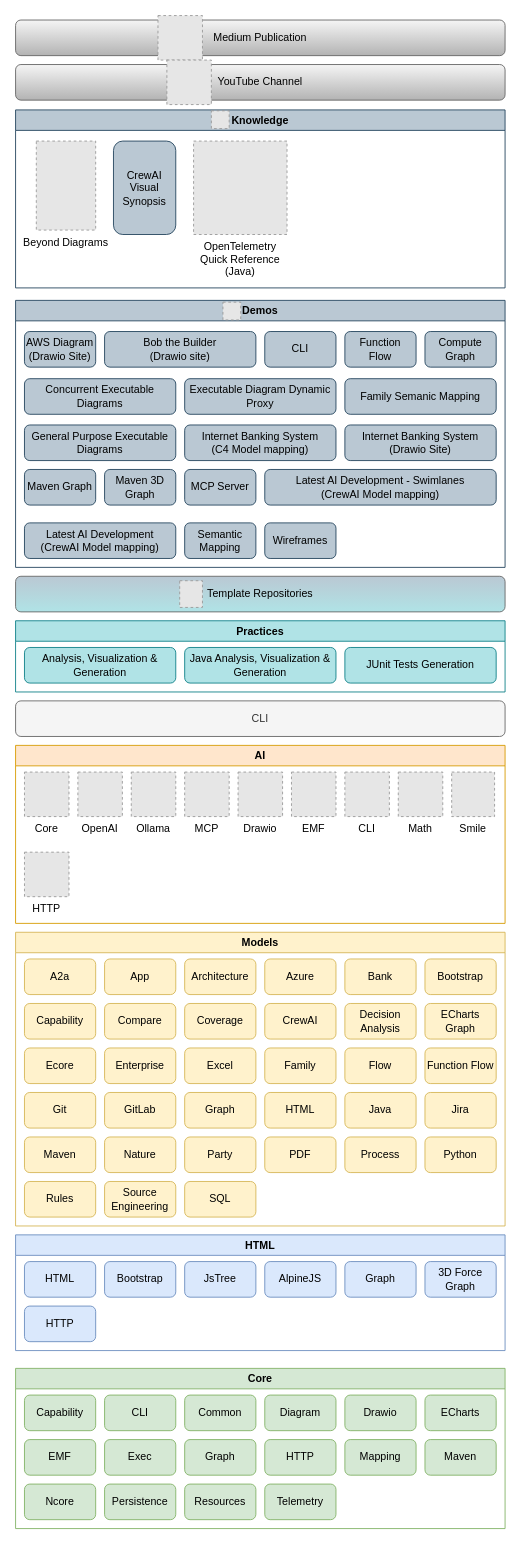
This is model/nasdanika.drawio from Nasdanika/nasdanika.github.io, a draw.io file, before an edit. Source tidied: cells renumbered, new cells numbered last; positions are measured from the earlier drawing's top-left corner, leaving out a move shared by most shapes. Both pictures are drawn from the tidied source at 89%, with x=0, y=0 at pixel (15, 15). Pictures stored in the file or linked from it are replaced by grey dashed boxes.
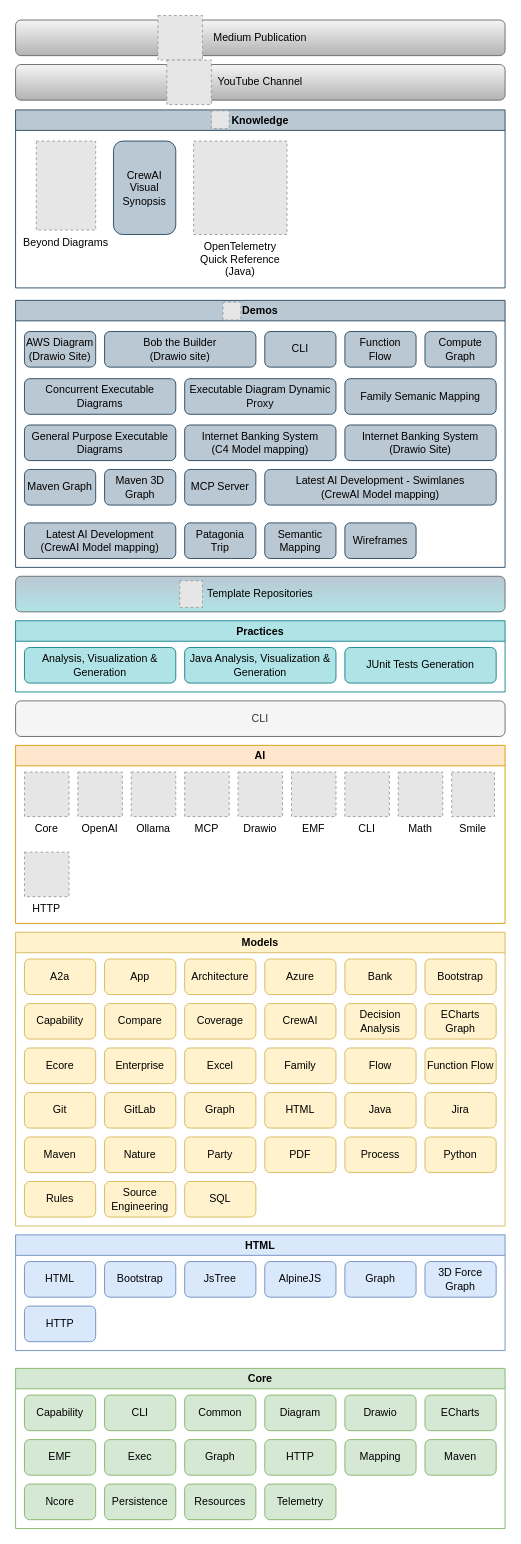
After the change.

Unchanged cells that the change refers to:
```xml
<mxCell id="77" value="Demos" style="swimlane;whiteSpace=wrap;html=1;fillColor=#bac8d3;strokeColor=#23445d;" parent="1" vertex="1">
  <mxGeometry y="320" width="550" height="300" as="geometry" />
</mxCell>
```

What changed in the source:
```diff
@@
     <mxCell id="88" value="Semantic&lt;div&gt;Mapping&lt;/div&gt;" style="rounded=1;whiteSpace=wrap;html=1;fillColor=#bac8d3;strokeColor=#23445d;" parent="77" vertex="1">
-      <mxGeometry x="190" y="250" width="80" height="40" as="geometry" />
+      <mxGeometry x="280" y="250" width="80" height="40" as="geometry" />
     </mxCell>
@@
+    <mxCell id="108" value="Wireframes" style="rounded=1;whiteSpace=wrap;html=1;fillColor=#bac8d3;strokeColor=#23445d;" parent="77" vertex="1">
+      <mxGeometry x="370" y="250" width="80" height="40" as="geometry" />
+    </mxCell>
-    <mxCell id="96" value="Wireframes" style="rounded=1;whiteSpace=wrap;html=1;fillColor=#bac8d3;strokeColor=#23445d;" parent="77" vertex="1">
-      <mxGeometry x="280" y="250" width="80" height="40" as="geometry" />
+    <mxCell id="96" value="Patagonia&lt;div&gt;Trip&lt;/div&gt;" style="rounded=1;whiteSpace=wrap;html=1;fillColor=#bac8d3;strokeColor=#23445d;" parent="77" vertex="1">
+      <mxGeometry x="190" y="250" width="80" height="40" as="geometry" />
     </mxCell>
```
